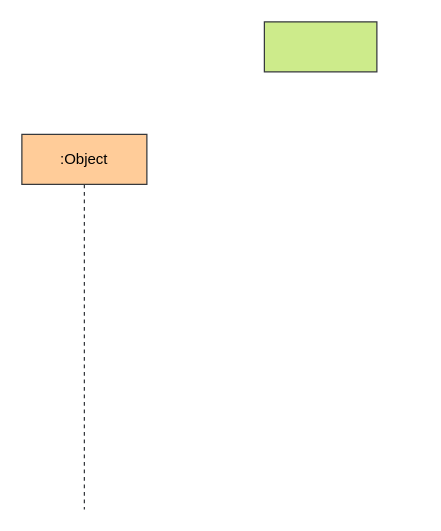
twodollarstwenty/drawio keeps this draw.io diagram as computer network/未命名绘图.drawio. Above is the earlier version. Source tidied: cells renumbered, new cells numbered last; positions are measured from the earlier drawing's top-left corner, leaving out a move shared by most shapes. Both pictures are drawn from the tidied source at 125%, with x=0, y=0 at pixel (21, 21).
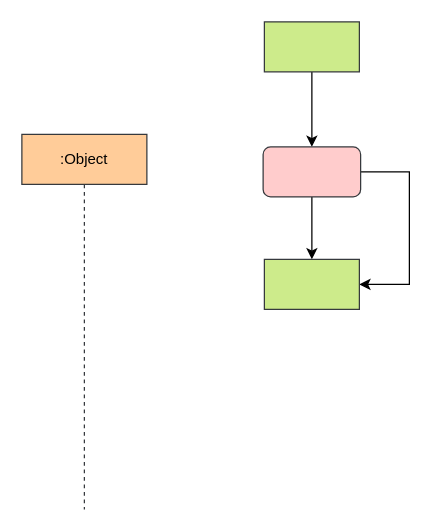
The same page after the edit.

Commit message (it also covers changes not shown here):
更新未命名绘图.drawio

Change to the diagram source:
```diff
@@
 <mxGraphModel>
   <root>
     <mxCell id="0" />
     <mxCell id="1" parent="0" />
+    <mxCell id="4" style="edgeStyle=orthogonalEdgeStyle;rounded=0;jettySize=auto;html=1;exitX=0.5;exitY=1;exitDx=0;exitDy=0;entryX=0.5;entryY=0;entryDx=0;entryDy=0;" parent="1" edge="1" source="2" target="7">
+      <mxGeometry relative="1" as="geometry" />
+    </mxCell>
     <mxCell id="2" style="rounded=0;whiteSpace=wrap;html=1;fontSize=16;fillColor=#cdeb8b;strokeColor=#36393d;" parent="1" vertex="1">
-      <mxGeometry x="194" width="90" height="40" as="geometry" />
+      <mxGeometry x="194" width="76" height="40" as="geometry" />
     </mxCell>
     <mxCell id="3" value=":Object" style="shape=umlLifeline;perimeter=lifelinePerimeter;whiteSpace=wrap;html=1;newEdgeStyle={&quot;edgeStyle&quot;:&quot;elbowEdgeStyle&quot;,&quot;elbow&quot;:&quot;vertical&quot;,&quot;curved&quot;:0,&quot;rounded&quot;:0};fillColor=#ffcc99;strokeColor=#36393d;" parent="1" vertex="1">
       <mxGeometry y="90" width="100" height="300" as="geometry" />
     </mxCell>
+    <mxCell id="5" style="edgeStyle=orthogonalEdgeStyle;rounded=0;jettySize=auto;html=1;exitX=0.5;exitY=1;exitDx=0;exitDy=0;entryX=0.5;entryY=0;entryDx=0;entryDy=0;" parent="1" edge="1" source="7" target="8">
+      <mxGeometry relative="1" as="geometry" />
+    </mxCell>
+    <mxCell id="6" style="edgeStyle=orthogonalEdgeStyle;rounded=0;jettySize=auto;html=1;exitX=1;exitY=0.5;exitDx=0;exitDy=0;entryX=1;entryY=0.5;entryDx=0;entryDy=0;" parent="1" edge="1" source="7" target="8">
+      <mxGeometry relative="1" as="geometry">
+        <Array as="points">
+          <mxPoint x="310" y="120" />
+          <mxPoint x="310" y="210" />
+        </Array>
+      </mxGeometry>
+    </mxCell>
+    <mxCell id="7" style="rounded=1;whiteSpace=wrap;html=1;fillColor=#ffcccc;strokeColor=#36393d;" parent="1" vertex="1">
+      <mxGeometry x="193" y="100" width="78" height="40" as="geometry" />
+    </mxCell>
+    <mxCell id="8" style="rounded=0;whiteSpace=wrap;html=1;fontSize=16;fillColor=#cdeb8b;strokeColor=#36393d;" parent="1" vertex="1">
+      <mxGeometry x="194" y="190" width="76" height="40" as="geometry" />
+    </mxCell>
   </root>
 </mxGraphModel>
```
